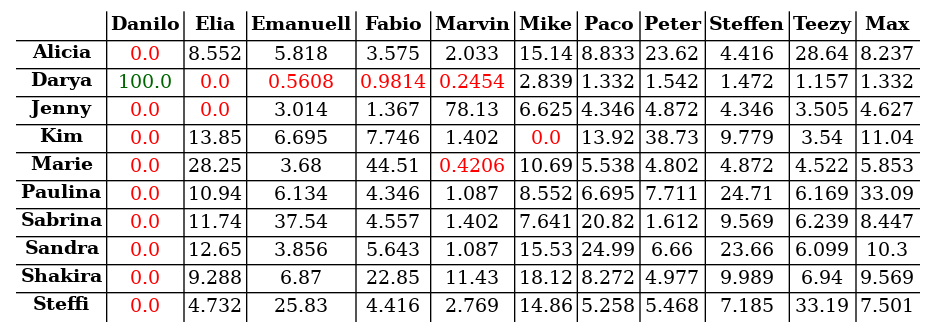
This is s03r/s03r_tab.png from atticus-sullivan/sim-ayto, a Graphviz export, as it was before one commit. Its source is kept beside it as s03r/s03r_tab.dot.
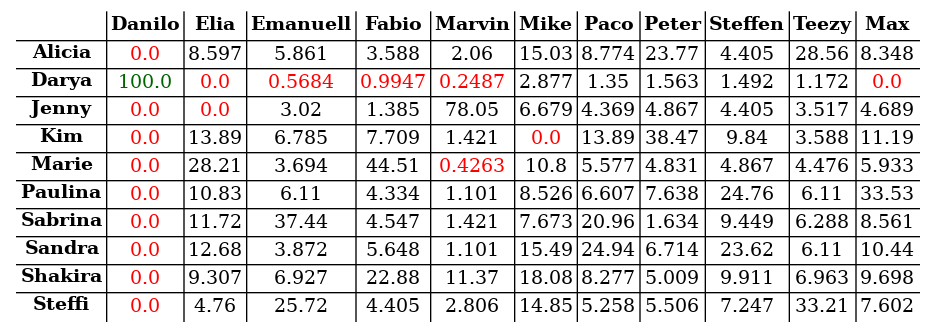
Later version of the same file.

What changed in the source:
```diff
@@ -16,133 +16,133 @@
 </tr>
 <tr><td><B>Alicia</B></td>
 <td><font color="red">0.0</font></td>
-<td><font color="black">8.552</font></td>
-<td><font color="black">5.818</font></td>
-<td><font color="black">3.575</font></td>
-<td><font color="black">2.033</font></td>
-<td><font color="black">15.14</font></td>
-<td><font color="black">8.833</font></td>
-<td><font color="black">23.62</font></td>
-<td><font color="black">4.416</font></td>
-<td><font color="black">28.64</font></td>
-<td><font color="black">8.237</font></td>
+<td><font color="black">8.597</font></td>
+<td><font color="black">5.861</font></td>
+<td><font color="black">3.588</font></td>
+<td><font color="black">2.06</font></td>
+<td><font color="black">15.03</font></td>
+<td><font color="black">8.774</font></td>
+<td><font color="black">23.77</font></td>
+<td><font color="black">4.405</font></td>
+<td><font color="black">28.56</font></td>
+<td><font color="black">8.348</font></td>
 </tr>
 <tr><td><B>Darya</B></td>
 <td><font color="darkgreen">100.0</font></td>
 <td><font color="red">0.0</font></td>
-<td><font color="red">0.5608</font></td>
-<td><font color="red">0.9814</font></td>
-<td><font color="red">0.2454</font></td>
-<td><font color="black">2.839</font></td>
-<td><font color="black">1.332</font></td>
-<td><font color="black">1.542</font></td>
-<td><font color="black">1.472</font></td>
-<td><font color="black">1.157</font></td>
-<td><font color="black">1.332</font></td>
+<td><font color="red">0.5684</font></td>
+<td><font color="red">0.9947</font></td>
+<td><font color="red">0.2487</font></td>
+<td><font color="black">2.877</font></td>
+<td><font color="black">1.35</font></td>
+<td><font color="black">1.563</font></td>
+<td><font color="black">1.492</font></td>
+<td><font color="black">1.172</font></td>
+<td><font color="red">0.0</font></td>
 </tr>
 <tr><td><B>Jenny</B></td>
 <td><font color="red">0.0</font></td>
 <td><font color="red">0.0</font></td>
-<td><font color="black">3.014</font></td>
-<td><font color="black">1.367</font></td>
-<td><font color="black">78.13</font></td>
-<td><font color="black">6.625</font></td>
-<td><font color="black">4.346</font></td>
-<td><font color="black">4.872</font></td>
-<td><font color="black">4.346</font></td>
-<td><font color="black">3.505</font></td>
-<td><font color="black">4.627</font></td>
+<td><font color="black">3.02</font></td>
+<td><font color="black">1.385</font></td>
+<td><font color="black">78.05</font></td>
+<td><font color="black">6.679</font></td>
+<td><font color="black">4.369</font></td>
+<td><font color="black">4.867</font></td>
+<td><font color="black">4.405</font></td>
+<td><font color="black">3.517</font></td>
+<td><font color="black">4.689</font></td>
 </tr>
 <tr><td><B>Kim</B></td>
 <td><font color="red">0.0</font></td>
-<td><font color="black">13.85</font></td>
-<td><font color="black">6.695</font></td>
-<td><font color="black">7.746</font></td>
-<td><font color="black">1.402</font></td>
+<td><font color="black">13.89</font></td>
+<td><font color="black">6.785</font></td>
+<td><font color="black">7.709</font></td>
+<td><font color="black">1.421</font></td>
 <td><font color="red">0.0</font></td>
-<td><font color="black">13.92</font></td>
-<td><font color="black">38.73</font></td>
-<td><font color="black">9.779</font></td>
-<td><font color="black">3.54</font></td>
-<td><font color="black">11.04</font></td>
+<td><font color="black">13.89</font></td>
+<td><font color="black">38.47</font></td>
+<td><font color="black">9.84</font></td>
+<td><font color="black">3.588</font></td>
+<td><font color="black">11.19</font></td>
 </tr>
 <tr><td><B>Marie</B></td>
 <td><font color="red">0.0</font></td>
-<td><font color="black">28.25</font></td>
-<td><font color="black">3.68</font></td>
+<td><font color="black">28.21</font></td>
+<td><font color="black">3.694</font></td>
 <td><font color="black">44.51</font></td>
-<td><font color="red">0.4206</font></td>
-<td><font color="black">10.69</font></td>
-<td><font color="black">5.538</font></td>
-<td><font color="black">4.802</font></td>
-<td><font color="black">4.872</font></td>
-<td><font color="black">4.522</font></td>
-<td><font color="black">5.853</font></td>
+<td><font color="red">0.4263</font></td>
+<td><font color="black">10.8</font></td>
+<td><font color="black">5.577</font></td>
+<td><font color="black">4.831</font></td>
+<td><font color="black">4.867</font></td>
+<td><font color="black">4.476</font></td>
+<td><font color="black">5.933</font></td>
 </tr>
 <tr><td><B>Paulina</B></td>
 <td><font color="red">0.0</font></td>
-<td><font color="black">10.94</font></td>
-<td><font color="black">6.134</font></td>
-<td><font color="black">4.346</font></td>
-<td><font color="black">1.087</font></td>
-<td><font color="black">8.552</font></td>
-<td><font color="black">6.695</font></td>
-<td><font color="black">7.711</font></td>
-<td><font color="black">24.71</font></td>
-<td><font color="black">6.169</font></td>
-<td><font color="black">33.09</font></td>
+<td><font color="black">10.83</font></td>
+<td><font color="black">6.11</font></td>
+<td><font color="black">4.334</font></td>
+<td><font color="black">1.101</font></td>
+<td><font color="black">8.526</font></td>
+<td><font color="black">6.607</font></td>
+<td><font color="black">7.638</font></td>
+<td><font color="black">24.76</font></td>
+<td><font color="black">6.11</font></td>
+<td><font color="black">33.53</font></td>
 </tr>
 <tr><td><B>Sabrina</B></td>
 <td><font color="red">0.0</font></td>
-<td><font color="black">11.74</font></td>
-<td><font color="black">37.54</font></td>
-<td><font color="black">4.557</font></td>
-<td><font color="black">1.402</font></td>
-<td><font color="black">7.641</font></td>
-<td><font color="black">20.82</font></td>
-<td><font color="black">1.612</font></td>
-<td><font color="black">9.569</font></td>
-<td><font color="black">6.239</font></td>
-<td><font color="black">8.447</font></td>
+<td><font color="black">11.72</font></td>
+<td><font color="black">37.44</font></td>
+<td><font color="black">4.547</font></td>
+<td><font color="black">1.421</font></td>
+<td><font color="black">7.673</font></td>
+<td><font color="black">20.96</font></td>
+<td><font color="black">1.634</font></td>
+<td><font color="black">9.449</font></td>
+<td><font color="black">6.288</font></td>
+<td><font color="black">8.561</font></td>
 </tr>
 <tr><td><B>Sandra</B></td>
 <td><font color="red">0.0</font></td>
-<td><font color="black">12.65</font></td>
-<td><font color="black">3.856</font></td>
-<td><font color="black">5.643</font></td>
-<td><font color="black">1.087</font></td>
-<td><font color="black">15.53</font></td>
-<td><font color="black">24.99</font></td>
-<td><font color="black">6.66</font></td>
-<td><font color="black">23.66</font></td>
-<td><font color="black">6.099</font></td>
-<td><font color="black">10.3</font></td>
+<td><font color="black">12.68</font></td>
+<td><font color="black">3.872</font></td>
+<td><font color="black">5.648</font></td>
+<td><font color="black">1.101</font></td>
+<td><font color="black">15.49</font></td>
+<td><font color="black">24.94</font></td>
+<td><font color="black">6.714</font></td>
+<td><font color="black">23.62</font></td>
+<td><font color="black">6.11</font></td>
+<td><font color="black">10.44</font></td>
 </tr>
 <tr><td><B>Shakira</B></td>
 <td><font color="red">0.0</font></td>
-<td><font color="black">9.288</font></td>
-<td><font color="black">6.87</font></td>
-<td><font color="black">22.85</font></td>
-<td><font color="black">11.43</font></td>
-<td><font color="black">18.12</font></td>
-<td><font color="black">8.272</font></td>
-<td><font color="black">4.977</font></td>
-<td><font color="black">9.989</font></td>
-<td><font color="black">6.94</font></td>
-<td><font color="black">9.569</font></td>
+<td><font color="black">9.307</font></td>
+<td><font color="black">6.927</font></td>
+<td><font color="black">22.88</font></td>
+<td><font color="black">11.37</font></td>
+<td><font color="black">18.08</font></td>
+<td><font color="black">8.277</font></td>
+<td><font color="black">5.009</font></td>
+<td><font color="black">9.911</font></td>
+<td><font color="black">6.963</font></td>
+<td><font color="black">9.698</font></td>
 </tr>
 <tr><td><B>Steffi</B></td>
 <td><font color="red">0.0</font></td>
-<td><font color="black">4.732</font></td>
-<td><font color="black">25.83</font></td>
-<td><font color="black">4.416</font></td>
-<td><font color="black">2.769</font></td>
-<td><font color="black">14.86</font></td>
+<td><font color="black">4.76</font></td>
+<td><font color="black">25.72</font></td>
+<td><font color="black">4.405</font></td>
+<td><font color="black">2.806</font></td>
+<td><font color="black">14.85</font></td>
 <td><font color="black">5.258</font></td>
-<td><font color="black">5.468</font></td>
-<td><font color="black">7.185</font></td>
-<td><font color="black">33.19</font></td>
-<td><font color="black">7.501</font></td>
+<td><font color="black">5.506</font></td>
+<td><font color="black">7.247</font></td>
+<td><font color="black">33.21</font></td>
+<td><font color="black">7.602</font></td>
 </tr>
 </table>
 >];}
```
